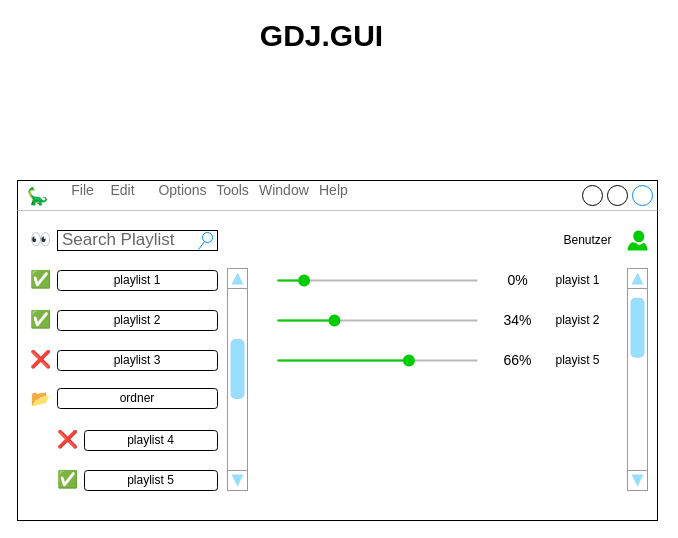
This is page "GUI" (1 of 3) of Doku/GDJ_SoftwarePlanning.drawio from jgret/GDJ, a draw.io file, before an edit. Source tidied: cells renumbered, new cells numbered last; positions are measured from the earlier drawing's top-left corner, leaving out a move shared by most shapes. Both pictures are drawn from the tidied source at 100%, with x=0, y=0 at pixel (17, 20).
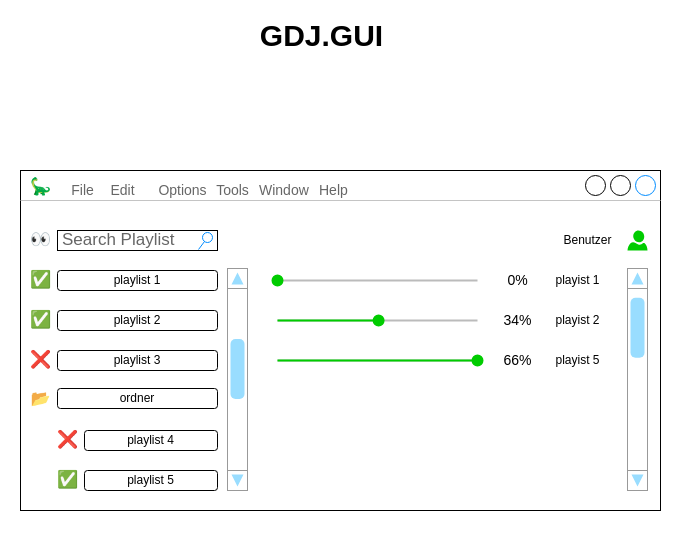
The same diagram, later.

What changed in the source:
```diff
@@
     <mxCell id="3" value="🦕" style="strokeWidth=1;shadow=0;dashed=0;align=center;html=1;shape=mxgraph.mockup.containers.window;align=left;verticalAlign=top;spacingLeft=8;strokeColor2=#008cff;strokeColor3=#c4c4c4;mainText=;fontSize=17;labelBackgroundColor=none;fillColor=none;" parent="1" vertex="1">
-      <mxGeometry y="160" width="640" height="340" as="geometry" />
+      <mxGeometry x="3" y="150" width="640" height="340" as="geometry" />
     </mxCell>
@@
-    <mxCell id="12" style="dashed=0;verticalLabelPosition=bottom;verticalAlign=top;align=center;shape=mxgraph.gmdl.slider2;barPos=13.3;strokeColor=#00CC00;opacity=100;strokeWidth=2;handleSize=10;shadow=0;fillColor=#00CC00;" parent="1" vertex="1">
+    <mxCell id="12" style="dashed=0;verticalLabelPosition=bottom;verticalAlign=top;align=center;shape=mxgraph.gmdl.slider2;barPos=0;strokeColor=#00CC00;opacity=100;strokeWidth=2;handleSize=10;shadow=0;fillColor=#00CC00;" parent="1" vertex="1">
       <mxGeometry x="260" y="255" width="200" height="10" as="geometry" />
     </mxCell>
-    <mxCell id="13" style="dashed=0;verticalLabelPosition=bottom;verticalAlign=top;align=center;shape=mxgraph.gmdl.slider2;barPos=28.48;strokeColor=#00CC00;opacity=100;strokeWidth=2;fillColor=#00CC00;handleSize=10;shadow=0;" parent="1" vertex="1">
+    <mxCell id="13" style="dashed=0;verticalLabelPosition=bottom;verticalAlign=top;align=center;shape=mxgraph.gmdl.slider2;barPos=50.55;strokeColor=#00CC00;opacity=100;strokeWidth=2;fillColor=#00CC00;handleSize=10;shadow=0;" parent="1" vertex="1">
       <mxGeometry x="260" y="295" width="200" height="10" as="geometry" />
     </mxCell>
-    <mxCell id="14" style="dashed=0;verticalLabelPosition=bottom;verticalAlign=top;align=center;shape=mxgraph.gmdl.slider2;barPos=65.72;strokeColor=#00CC00;opacity=100;strokeWidth=2;fillColor=#00CC00;handleSize=10;shadow=0;" parent="1" vertex="1">
+    <mxCell id="14" style="dashed=0;verticalLabelPosition=bottom;verticalAlign=top;align=center;shape=mxgraph.gmdl.slider2;barPos=100;strokeColor=#00CC00;opacity=100;strokeWidth=2;fillColor=#00CC00;handleSize=10;shadow=0;" parent="1" vertex="1">
       <mxGeometry x="260" y="335" width="200" height="10" as="geometry" />
     </mxCell>
```
